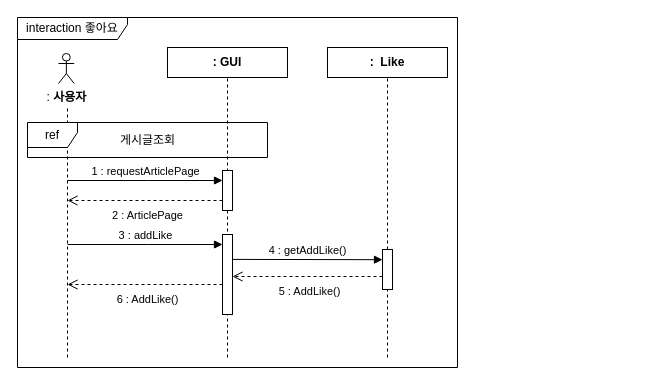
Above: page "좋아요등록" (8 of 14) of KB 3기 2반 5조.drawio in C0012S/SoBe-it (draw.io), before the change. Source tidied: cells renumbered, new cells numbered last; positions are measured from the earlier drawing's top-left corner, leaving out a move shared by most shapes. Both pictures are drawn from the tidied source at 100%, with x=0, y=0 at pixel (17, 17).
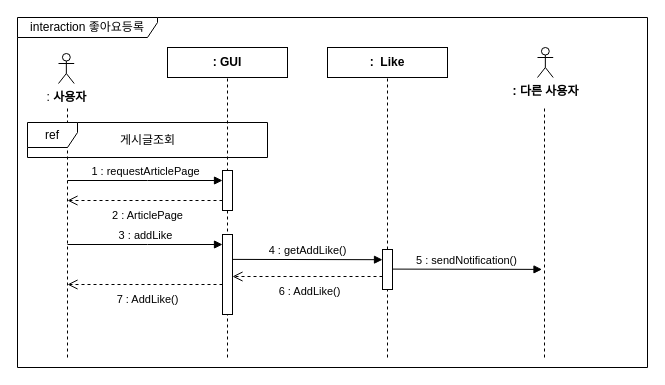
The same page after the edit.

Diff of the diagram source:
```diff
@@
-    <mxCell id="16" value="5 : AddLike()" style="html=1;verticalAlign=bottom;endArrow=open;dashed=1;endSize=8;edgeStyle=elbowEdgeStyle;elbow=vertical;curved=0;rounded=0;" parent="1" edge="1">
+    <mxCell id="16" value="6 : AddLike()" style="html=1;verticalAlign=bottom;endArrow=open;dashed=1;endSize=8;edgeStyle=elbowEdgeStyle;elbow=vertical;curved=0;rounded=0;" parent="1" edge="1">
       <mxGeometry x="-0.03" y="24" relative="1" as="geometry">
         <mxPoint x="365" y="259" as="sourcePoint" />
         <mxPoint x="215" y="259" as="targetPoint" />
       </mxGeometry>
     </mxCell>
-    <mxCell id="17" value="6 : AddLike()" style="html=1;verticalAlign=bottom;endArrow=open;dashed=1;endSize=8;edgeStyle=elbowEdgeStyle;elbow=vertical;curved=0;rounded=0;" parent="1" edge="1">
+    <mxCell id="17" value="7 : AddLike()" style="html=1;verticalAlign=bottom;endArrow=open;dashed=1;endSize=8;edgeStyle=elbowEdgeStyle;elbow=vertical;curved=0;rounded=0;" parent="1" edge="1">
       <mxGeometry x="-0.03" y="24" relative="1" as="geometry">
         <mxPoint x="205" y="267" as="sourcePoint" />
         <mxPoint x="50" y="267" as="targetPoint" />
       </mxGeometry>
     </mxCell>
-    <mxCell id="18" value="interaction 좋아요" style="shape=umlFrame;whiteSpace=wrap;html=1;width=110;height=22;" parent="1" vertex="1">
-      <mxGeometry width="440" height="350" as="geometry" />
+    <mxCell id="18" value="interaction 좋아요등록" style="shape=umlFrame;whiteSpace=wrap;html=1;width=140;height=20;" parent="1" vertex="1">
+      <mxGeometry width="630" height="350" as="geometry" />
     </mxCell>
@@
-    <mxCell id="20" value="ref" style="shape=umlFrame;whiteSpace=wrap;html=1;width=50;height=25;" parent="1" vertex="1">
+    <mxCell id="20" value="ref" style="shape=umlFrame;whiteSpace=wrap;html=1;width=50;height=25;fillStyle=solid;" parent="1" vertex="1">
       <mxGeometry x="10" y="105" width="240" height="35" as="geometry" />
     </mxCell>
+    <mxCell id="21" value="&lt;b&gt;: 다른&amp;nbsp;사용자&lt;/b&gt;" style="shape=umlActor;verticalLabelPosition=bottom;verticalAlign=top;html=1;" parent="1" vertex="1">
+      <mxGeometry x="520" y="30" width="15.7" height="30" as="geometry" />
+    </mxCell>
+    <mxCell id="22" style="endArrow=none;dashed=1;html=1;rounded=0;" parent="1" edge="1">
+      <mxGeometry relative="1" as="geometry">
+        <mxPoint x="527" y="340" as="sourcePoint" />
+        <mxPoint x="527" y="90" as="targetPoint" />
+      </mxGeometry>
+    </mxCell>
+    <mxCell id="23" value="5 : sendNotification()" style="html=1;verticalAlign=bottom;endArrow=block;edgeStyle=elbowEdgeStyle;elbow=vertical;curved=0;rounded=0;" parent="1" edge="1">
+      <mxGeometry relative="1" as="geometry">
+        <mxPoint x="374.5" y="251.6" as="sourcePoint" />
+        <mxPoint x="524.5" y="251.9" as="targetPoint" />
+        <Array as="points">
+          <mxPoint x="529.5" y="251.9" />
+        </Array>
+      </mxGeometry>
+    </mxCell>
```
